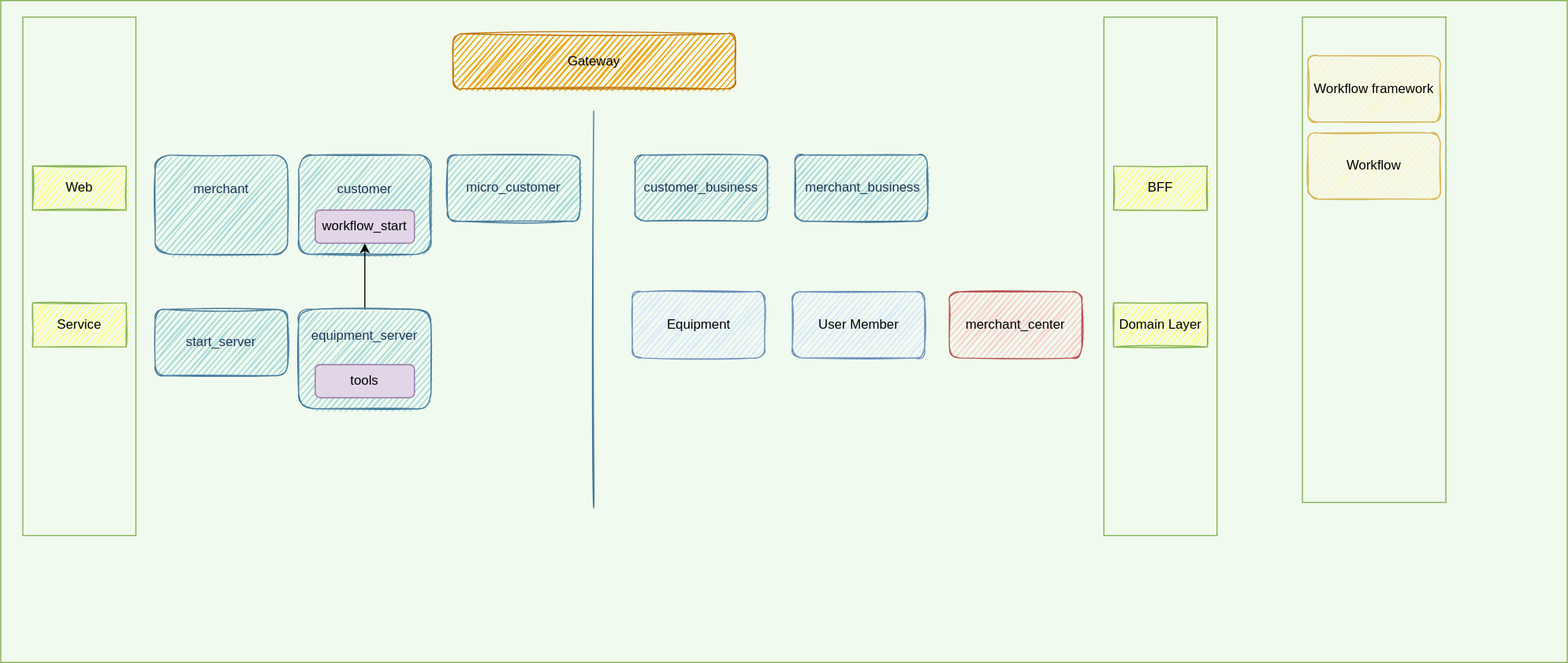
Earlier version of the draw.io export service layer.drawio.svg (jingwux/diagrams). Source tidied: cells renumbered, new cells last; positions are measured from the earlier drawing's top-left corner, leaving out a move shared by most shapes.
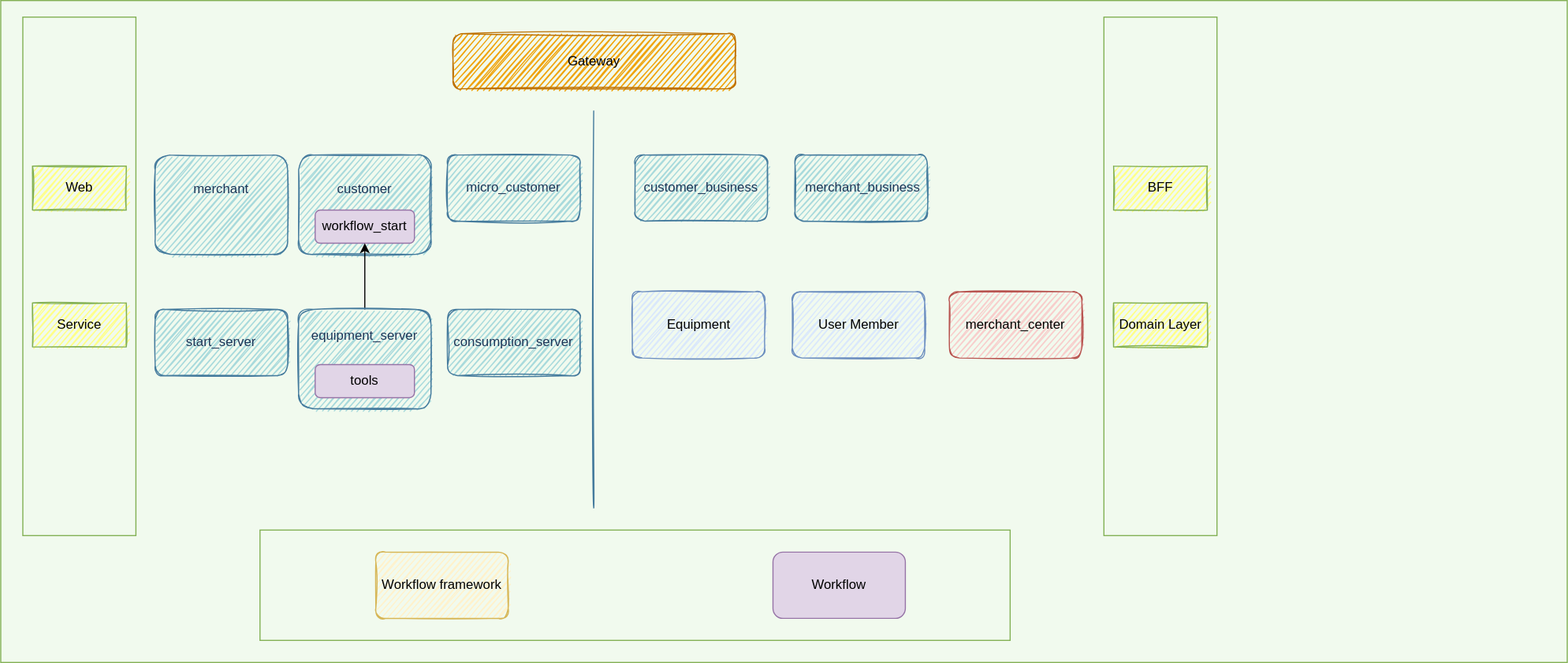
After the change.

Change to the diagram source:
```diff
@@ -6,13 +6,13 @@
       <mxGeometry width="1420" height="600" as="geometry" />
     </mxCell>
     <mxCell id="3" style="rounded=0;whiteSpace=wrap;html=1;strokeColor=#82B054;fillColor=none;" parent="1" vertex="1">
-      <mxGeometry x="1180" y="15" width="130" height="440" as="geometry" />
+      <mxGeometry x="235" y="480" width="680" height="100" as="geometry" />
     </mxCell>
     <mxCell id="4" style="rounded=0;whiteSpace=wrap;html=1;strokeColor=#82B054;fillColor=none;" parent="1" vertex="1">
       <mxGeometry x="20" y="15" width="102.5" height="470" as="geometry" />
     </mxCell>
-    <mxCell id="5" value="Workflow" style="whiteSpace=wrap;html=1;fillColor=#fff2cc;strokeColor=#d6b656;sketch=1;rounded=1;" parent="1" vertex="1">
-      <mxGeometry x="1185" y="120" width="120" height="60" as="geometry" />
+    <mxCell id="5" value="Workflow" style="whiteSpace=wrap;html=1;fillColor=#e1d5e7;strokeColor=#9673a6;sketch=0;rounded=1;" parent="1" vertex="1">
+      <mxGeometry x="700" y="500" width="120" height="60" as="geometry" />
     </mxCell>
     <mxCell id="6" style="endArrow=none;html=1;labelBackgroundColor=#F1FAEE;strokeColor=#457B9D;fontColor=#1D3557;sketch=1;curved=1;" parent="1" edge="1">
       <mxGeometry relative="1" as="geometry">
@@ -21,7 +21,7 @@
       </mxGeometry>
     </mxCell>
     <mxCell id="7" value="Workflow framework" style="whiteSpace=wrap;html=1;fillColor=#fff2cc;strokeColor=#d6b656;sketch=1;rounded=1;" parent="1" vertex="1">
-      <mxGeometry x="1185" y="50" width="120" height="60" as="geometry" />
+      <mxGeometry x="340" y="500" width="120" height="60" as="geometry" />
     </mxCell>
     <mxCell id="8" value="Web" style="whiteSpace=wrap;html=1;sketch=1;rounded=0;fillColor=#ffff88;strokeColor=#82B054;" parent="1" vertex="1">
       <mxGeometry x="28.8" y="150" width="85" height="40" as="geometry" />
@@ -80,5 +80,8 @@
     <mxCell id="26" value="tools" style="rounded=1;whiteSpace=wrap;html=1;fillColor=#e1d5e7;strokeColor=#9673a6;sketch=0;" parent="1" vertex="1">
       <mxGeometry x="285" y="330" width="90" height="30" as="geometry" />
     </mxCell>
+    <mxCell id="27" value="consumption_server" style="whiteSpace=wrap;html=1;fillColor=#A8DADC;strokeColor=#457B9D;fontColor=#1D3557;sketch=1;rounded=1;" parent="1" vertex="1">
+      <mxGeometry x="405" y="280" width="120" height="60" as="geometry" />
+    </mxCell>
   </root>
 </mxGraphModel>
```
